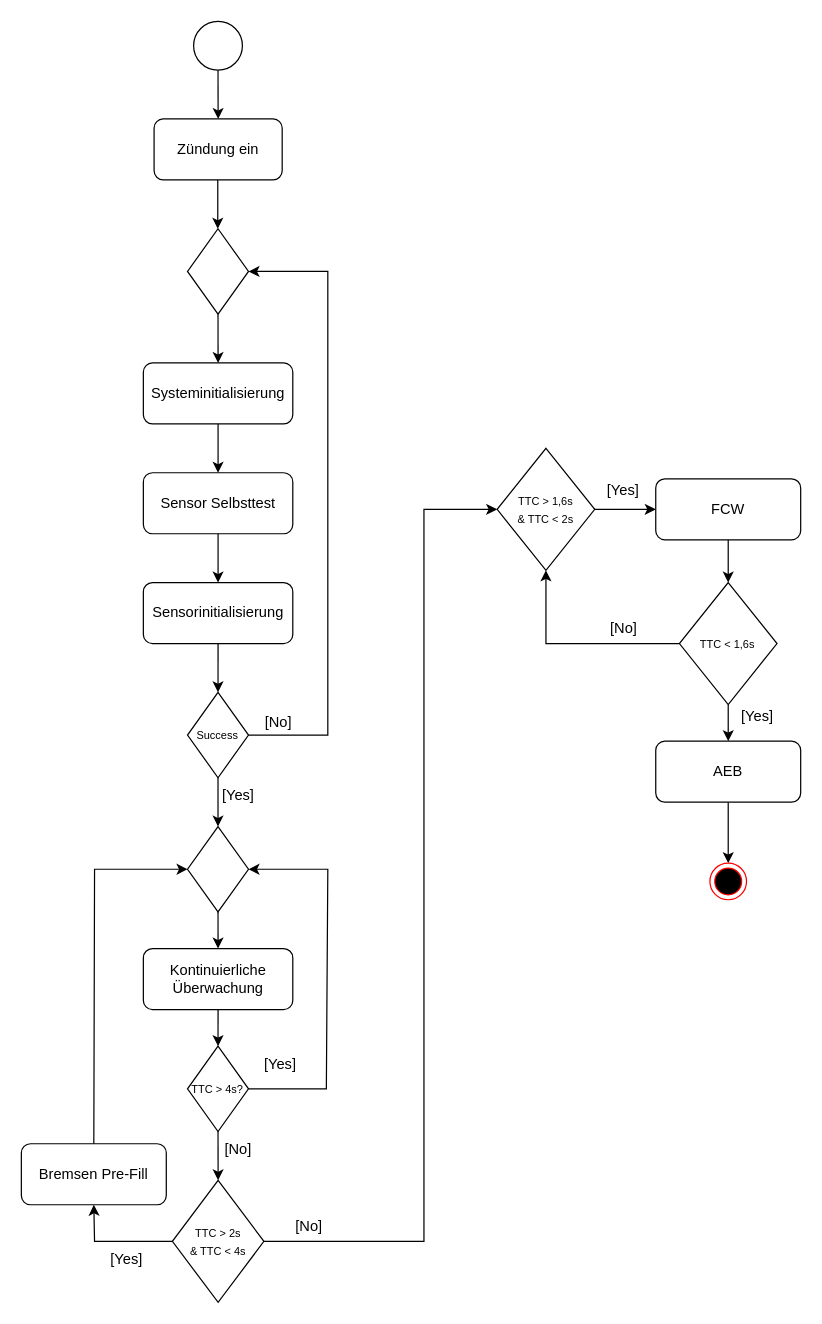
The draw.io diagram Aktivitätsdiagramm/DRAWIO Dateien/Aktivitätsdiagramm_Grundlogik.drawio in Nickcoby/Informatik-in-Fzgsystemen, before the edit. Source tidied: cells renumbered, new cells numbered last; positions are measured from the earlier drawing's top-left corner, leaving out a move shared by most shapes. Both pictures are drawn from the tidied source at 122%, with x=0, y=0 at pixel (21, 21).
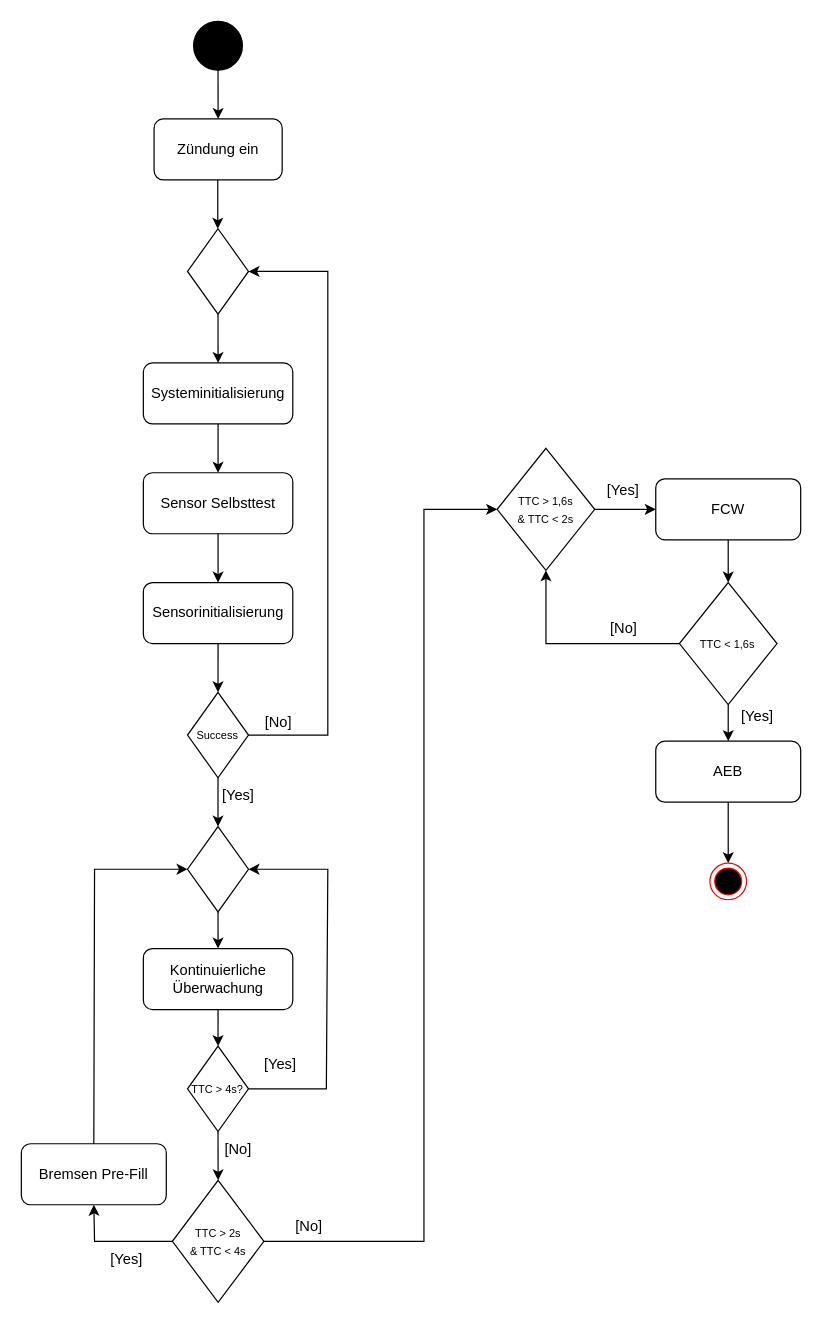
The same page after the edit.

The change refers to these unchanged cells:
```xml
<mxCell id="3" value="Zündung ein" style="rounded=1;whiteSpace=wrap;html=1;fillColor=light-dark(#FFFFFF,#000000);" parent="1" vertex="1">
  <mxGeometry x="108.8" y="80" width="105" height="50" as="geometry" />
</mxCell>
```

The edit, as a diff of the source:
```diff
@@
-    <mxCell id="2" style="ellipse;whiteSpace=wrap;html=1;fillColor=light-dark(#FFFFFF,#000000);" parent="1" vertex="1">
-      <mxGeometry x="141.2" width="40" height="40" as="geometry" />
-    </mxCell>
@@
-    <mxCell id="6" style="endArrow=classic;html=1;rounded=0;exitX=0.5;exitY=1;exitDx=0;exitDy=0;entryX=0.5;entryY=0;entryDx=0;entryDy=0;" parent="1" edge="1" source="2" target="3">
-      <mxGeometry relative="1" as="geometry" />
+    <mxCell id="6" style="endArrow=classic;html=1;rounded=0;exitX=0.5;exitY=1;exitDx=0;exitDy=0;entryX=0.5;entryY=0;entryDx=0;entryDy=0;" parent="1" edge="1" target="3">
+      <mxGeometry relative="1" as="geometry">
+        <mxPoint x="161.2" y="40" as="sourcePoint" />
+      </mxGeometry>
     </mxCell>
@@
+    <mxCell id="48" style="ellipse;whiteSpace=wrap;html=1;fillColor=light-dark(#000000,#000000);" parent="1" vertex="1">
+      <mxGeometry x="141.2" width="40" height="40" as="geometry" />
+    </mxCell>
```
